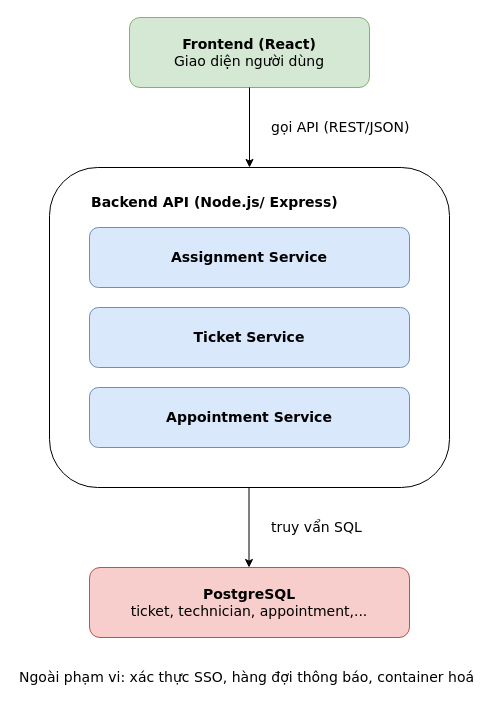
Earlier version of the draw.io diagram docs/architecture.drawio (AnophoneLui/smartcrm-237480201is01-technician-appointment). Source tidied: cells renumbered, new cells numbered last; positions are measured from the earlier drawing's top-left corner, leaving out a move shared by most shapes. Both pictures are drawn from the tidied source at 100%, with x=0, y=0 at pixel (17, 17).
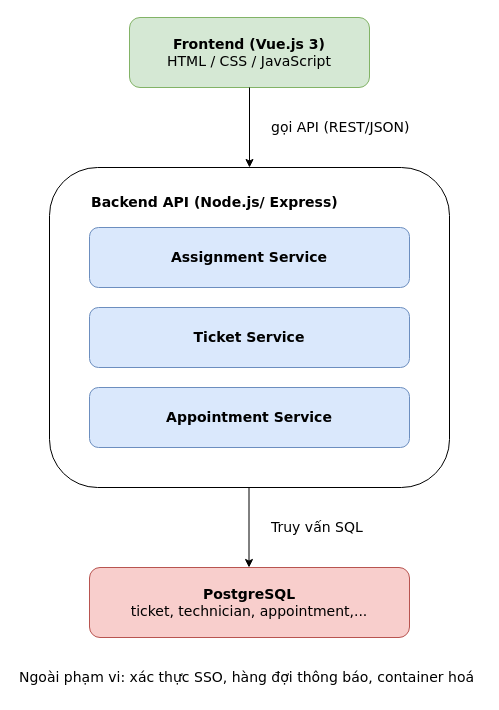
The same diagram, later.

Change to the diagram source:
```diff
@@
 <mxGraphModel>
   <root>
     <mxCell id="0" />
     <mxCell id="1" parent="0" />
-    <mxCell id="2" value="&lt;font style=&quot;font-size: 14px;&quot;&gt;&lt;b&gt;Frontend (React)&lt;/b&gt;&lt;/font&gt;&lt;div&gt;&lt;font style=&quot;font-size: 14px;&quot;&gt;Giao diện người dùng&lt;/font&gt;&lt;/div&gt;" style="rounded=1;whiteSpace=wrap;html=1;roundedPerimeter=1;fillColor=#d5e8d4;strokeColor=#82b366;fontFamily=Verdana;" parent="1" vertex="1">
+    <mxCell id="2" value="&lt;font style=&quot;font-size: 14px;&quot;&gt;&lt;b&gt;Frontend (Vue.js 3)&lt;/b&gt;&lt;/font&gt;&lt;div&gt;&lt;font style=&quot;font-size: 14px;&quot;&gt;HTML / CSS / JavaScript&lt;/font&gt;&lt;/div&gt;" style="rounded=1;whiteSpace=wrap;html=1;roundedPerimeter=1;fillColor=#d5e8d4;strokeColor=#82b366;fontFamily=Verdana;" parent="1" vertex="1">
       <mxGeometry x="112" width="240" height="70" as="geometry" />
     </mxCell>
     <mxCell id="3" style="endArrow=classic;html=1;rounded=0;exitX=0.5;exitY=1;exitDx=0;exitDy=0;fontFamily=Verdana;" parent="1" edge="1" source="2">
       <mxGeometry relative="1" as="geometry">
         <mxPoint x="232" y="150" as="targetPoint" />
       </mxGeometry>
     </mxCell>
     <mxCell id="4" style="rounded=1;whiteSpace=wrap;html=1;roundedPerimeter=1;fontFamily=Verdana;" parent="1" vertex="1">
       <mxGeometry x="32" y="150" width="400" height="320" as="geometry" />
     </mxCell>
     <mxCell id="5" value="Assignment Service" style="rounded=1;whiteSpace=wrap;html=1;roundedPerimeter=1;fontFamily=Verdana;fontSize=14;fontStyle=1;fillColor=#dae8fc;strokeColor=#6c8ebf;" parent="1" vertex="1">
       <mxGeometry x="72" y="210" width="320" height="60" as="geometry" />
     </mxCell>
     <mxCell id="6" value="Ticket Service" style="rounded=1;whiteSpace=wrap;html=1;roundedPerimeter=1;fontFamily=Verdana;fontSize=14;fontStyle=1;fillColor=#dae8fc;strokeColor=#6c8ebf;" parent="1" vertex="1">
       <mxGeometry x="72" y="290" width="320" height="60" as="geometry" />
     </mxCell>
     <mxCell id="7" value="Appointment Service" style="rounded=1;whiteSpace=wrap;html=1;roundedPerimeter=1;fontFamily=Verdana;fontSize=14;fontStyle=1;fillColor=#dae8fc;strokeColor=#6c8ebf;" parent="1" vertex="1">
       <mxGeometry x="72" y="370" width="320" height="60" as="geometry" />
     </mxCell>
     <mxCell id="8" style="endArrow=classic;html=1;rounded=0;exitX=0.5;exitY=1;exitDx=0;exitDy=0;fontFamily=Verdana;" parent="1" edge="1">
       <mxGeometry relative="1" as="geometry">
         <mxPoint x="231.5" y="470" as="sourcePoint" />
         <mxPoint x="231.5" y="550" as="targetPoint" />
       </mxGeometry>
     </mxCell>
     <mxCell id="9" value="&lt;b&gt;PostgreSQL&lt;/b&gt;&lt;div&gt;ticket, technician, appointment,...&lt;/div&gt;" style="rounded=1;whiteSpace=wrap;html=1;roundedPerimeter=1;fillColor=#f8cecc;strokeColor=#b85450;fontFamily=Verdana;fontSize=14;" parent="1" vertex="1">
       <mxGeometry x="72" y="550" width="320" height="70" as="geometry" />
     </mxCell>
     <mxCell id="10" value="Backend API (Node.js/ Express)" style="text;html=1;whiteSpace=wrap;strokeColor=none;fillColor=none;align=left;verticalAlign=middle;rounded=0;fontSize=14;fontStyle=1;fontFamily=Verdana;" parent="1" vertex="1">
       <mxGeometry x="72" y="170" width="270" height="30" as="geometry" />
     </mxCell>
     <mxCell id="11" value="gọi API (REST/JSON)" style="text;html=1;whiteSpace=wrap;strokeColor=none;fillColor=none;align=left;verticalAlign=middle;rounded=0;fontSize=14;fontFamily=Verdana;" parent="1" vertex="1">
       <mxGeometry x="252" y="95" width="160" height="30" as="geometry" />
     </mxCell>
-    <mxCell id="12" value="truy vẩn SQL" style="text;html=1;whiteSpace=wrap;strokeColor=none;fillColor=none;align=left;verticalAlign=middle;rounded=0;fontSize=14;fontFamily=Verdana;" parent="1" vertex="1">
+    <mxCell id="12" value="Truy vấn SQL" style="text;html=1;whiteSpace=wrap;strokeColor=none;fillColor=none;align=left;verticalAlign=middle;rounded=0;fontSize=14;fontFamily=Verdana;" parent="1" vertex="1">
       <mxGeometry x="252" y="495" width="150" height="30" as="geometry" />
     </mxCell>
     <mxCell id="13" value="Ngoài phạm vi: xác thực SSO, hàng đợi thông báo, container hoá" style="text;html=1;whiteSpace=wrap;strokeColor=none;fillColor=none;align=left;verticalAlign=middle;rounded=0;fontSize=14;fontFamily=Verdana;" parent="1" vertex="1">
       <mxGeometry x="-0.5" y="645" width="465" height="30" as="geometry" />
     </mxCell>
   </root>
 </mxGraphModel>
```
